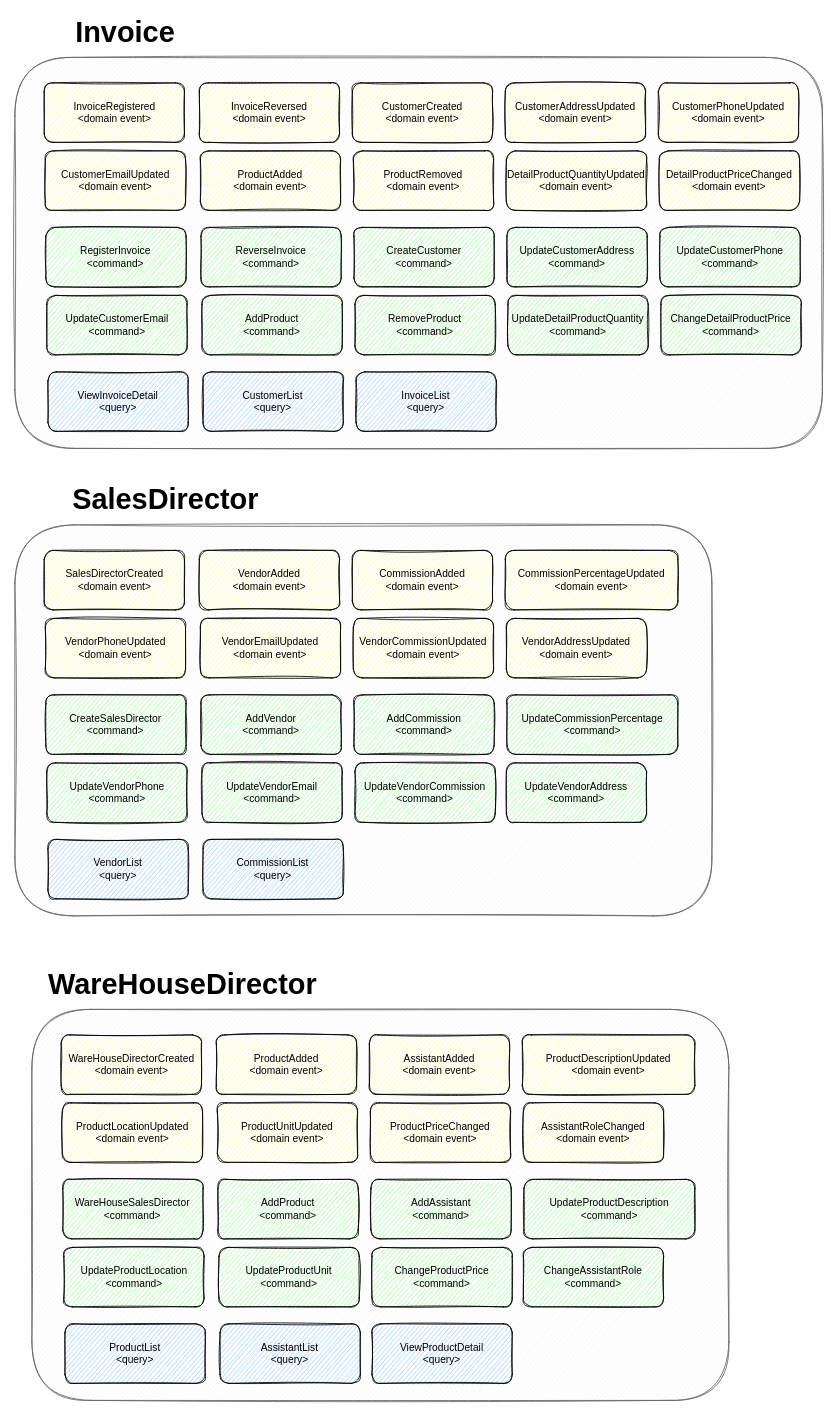
This is page "Domain Events" (4 of 4) of Ordeagro DM.drawio from johnnycastro72/ordeagro, a draw.io file, before an edit. Source tidied: cells renumbered, new cells numbered last; positions are measured from the earlier drawing's top-left corner, leaving out a move shared by most shapes. Both pictures are drawn from the tidied source at 85%, with x=0, y=0 at pixel (14, 14).
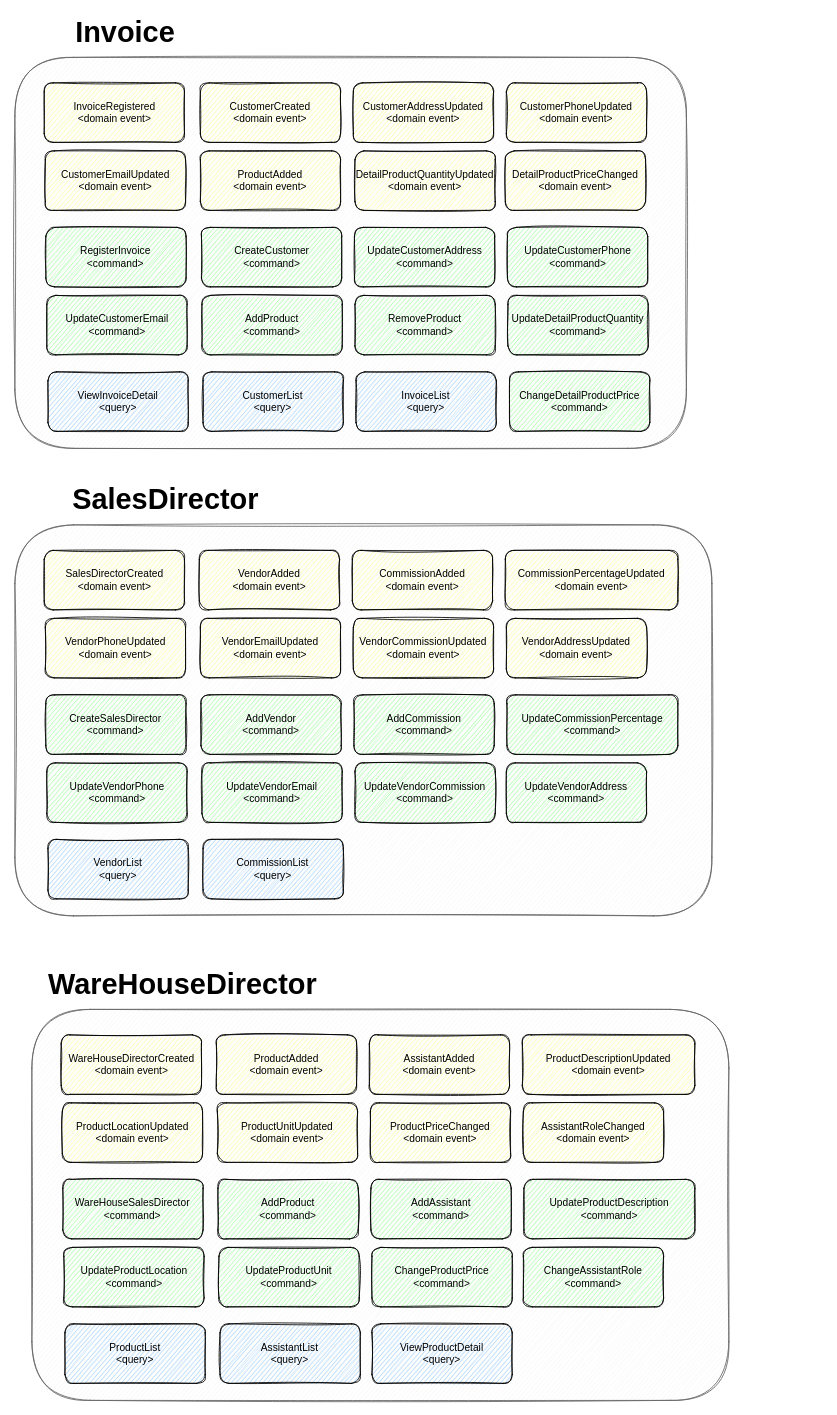
The same diagram, later.

Commit message (it also covers changes not shown here):
Invoice Aggregate

What changed in the source:
```diff
@@
     <mxCell id="2" style="rounded=1;whiteSpace=wrap;html=1;fillColor=#f5f5f5;fontColor=#333333;strokeColor=#666666;sketch=1;labelBorderColor=default;" parent="1" vertex="1">
-      <mxGeometry y="50" width="950" height="460" as="geometry" />
+      <mxGeometry y="50" width="790" height="460" as="geometry" />
     </mxCell>
@@
-    <mxCell id="5" value="&lt;span style=&quot;font-size: 12px; text-align: left; line-height: 0.7;&quot;&gt;&lt;span style=&quot;&quot;&gt;InvoiceReversed&lt;br&gt;&lt;/span&gt;&amp;lt;domain event&amp;gt;&lt;br style=&quot;font-size: 12px;&quot;&gt;&lt;/span&gt;" style="rounded=1;whiteSpace=wrap;html=1;sketch=1;fontSize=12;fillColor=#FFFF99;" parent="1" vertex="1">
-      <mxGeometry x="217" y="80" width="165" height="70" as="geometry" />
-    </mxCell>
     <mxCell id="6" value="&lt;span style=&quot;font-size: 12px; text-align: left; line-height: 0.7;&quot;&gt;&lt;span style=&quot;&quot;&gt;CustomerCreated&lt;/span&gt;&lt;span style=&quot;&quot;&gt;&lt;br&gt;&lt;/span&gt;&amp;lt;domain event&amp;gt;&lt;br style=&quot;font-size: 12px;&quot;&gt;&lt;/span&gt;" style="rounded=1;whiteSpace=wrap;html=1;sketch=1;fontSize=12;fillColor=#FFFF99;" parent="1" vertex="1">
-      <mxGeometry x="397" y="80" width="165" height="70" as="geometry" />
+      <mxGeometry x="218.2" y="80" width="165" height="70" as="geometry" />
     </mxCell>
     <mxCell id="7" value="&lt;span style=&quot;font-size: 12px; text-align: left; line-height: 0.7;&quot;&gt;&lt;span style=&quot;&quot;&gt;CustomerAddressUpdated&lt;/span&gt;&lt;span style=&quot;&quot;&gt;&lt;br&gt;&lt;/span&gt;&amp;lt;domain event&amp;gt;&lt;br style=&quot;font-size: 12px;&quot;&gt;&lt;/span&gt;" style="rounded=1;whiteSpace=wrap;html=1;sketch=1;fontSize=12;fillColor=#FFFF99;" parent="1" vertex="1">
-      <mxGeometry x="577" y="80" width="165" height="70" as="geometry" />
+      <mxGeometry x="398.2" y="80" width="165" height="70" as="geometry" />
     </mxCell>
     <mxCell id="8" value="&lt;span style=&quot;font-size: 12px; text-align: left; line-height: 0.7;&quot;&gt;&lt;span style=&quot;&quot;&gt;CustomerPhoneUpdated&lt;/span&gt;&lt;span style=&quot;&quot;&gt;&lt;br&gt;&lt;/span&gt;&amp;lt;domain event&amp;gt;&lt;br style=&quot;font-size: 12px;&quot;&gt;&lt;/span&gt;" style="rounded=1;whiteSpace=wrap;html=1;sketch=1;fontSize=12;fillColor=#FFFF99;" parent="1" vertex="1">
-      <mxGeometry x="757" y="80" width="165" height="70" as="geometry" />
+      <mxGeometry x="578.2" y="80" width="165" height="70" as="geometry" />
     </mxCell>
@@
-    <mxCell id="11" value="&lt;span style=&quot;font-size: 12px; text-align: left; line-height: 0.7;&quot;&gt;&lt;span style=&quot;&quot;&gt;ProductRemoved&lt;/span&gt;&lt;span style=&quot;&quot;&gt;&lt;br&gt;&lt;/span&gt;&amp;lt;domain event&amp;gt;&lt;br style=&quot;font-size: 12px;&quot;&gt;&lt;/span&gt;" style="rounded=1;whiteSpace=wrap;html=1;sketch=1;fontSize=12;fillColor=#FFFF99;" parent="1" vertex="1">
-      <mxGeometry x="398.2" y="160" width="165" height="70" as="geometry" />
-    </mxCell>
     <mxCell id="12" value="&lt;span style=&quot;font-size: 12px; text-align: left; line-height: 0.7;&quot;&gt;&lt;span style=&quot;&quot;&gt;DetailProductQuantityUpdated&lt;/span&gt;&lt;span style=&quot;&quot;&gt;&lt;br&gt;&lt;/span&gt;&amp;lt;domain event&amp;gt;&lt;br style=&quot;font-size: 12px;&quot;&gt;&lt;/span&gt;" style="rounded=1;whiteSpace=wrap;html=1;sketch=1;fontSize=12;fillColor=#FFFF99;" parent="1" vertex="1">
-      <mxGeometry x="578.2" y="160" width="165" height="70" as="geometry" />
+      <mxGeometry x="400.1" y="160" width="165" height="70" as="geometry" />
     </mxCell>
     <mxCell id="13" value="&lt;span style=&quot;font-size: 12px; text-align: left; line-height: 0.7;&quot;&gt;&lt;span style=&quot;&quot;&gt;DetailProductPriceChanged&lt;/span&gt;&lt;span style=&quot;&quot;&gt;&lt;br&gt;&lt;/span&gt;&amp;lt;domain event&amp;gt;&lt;br style=&quot;font-size: 12px;&quot;&gt;&lt;/span&gt;" style="rounded=1;whiteSpace=wrap;html=1;sketch=1;fontSize=12;fillColor=#FFFF99;" parent="1" vertex="1">
-      <mxGeometry x="758.2" y="160" width="165" height="70" as="geometry" />
+      <mxGeometry x="577" y="160" width="165" height="70" as="geometry" />
     </mxCell>
@@
-    <mxCell id="15" value="&lt;span style=&quot;font-size: 12px; text-align: left; line-height: 0.7;&quot;&gt;Reverse&lt;span style=&quot;&quot;&gt;Invoice&lt;br&gt;&lt;/span&gt;&amp;lt;command&amp;gt;&lt;br style=&quot;font-size: 12px;&quot;&gt;&lt;/span&gt;" style="rounded=1;whiteSpace=wrap;html=1;sketch=1;fontSize=12;fillColor=#99FF99;" parent="1" vertex="1">
-      <mxGeometry x="218.9" y="250" width="165" height="70" as="geometry" />
-    </mxCell>
     <mxCell id="16" value="&lt;span style=&quot;font-size: 12px; text-align: left; line-height: 0.7;&quot;&gt;Create&lt;span style=&quot;&quot;&gt;Customer&lt;/span&gt;&lt;span style=&quot;&quot;&gt;&lt;br&gt;&lt;/span&gt;&amp;lt;command&amp;gt;&lt;br style=&quot;font-size: 12px;&quot;&gt;&lt;/span&gt;" style="rounded=1;whiteSpace=wrap;html=1;sketch=1;fontSize=12;fillColor=#99FF99;" parent="1" vertex="1">
-      <mxGeometry x="398.9" y="250" width="165" height="70" as="geometry" />
+      <mxGeometry x="219.5" y="250" width="165" height="70" as="geometry" />
     </mxCell>
     <mxCell id="17" value="&lt;span style=&quot;font-size: 12px; text-align: left; line-height: 0.7;&quot;&gt;Update&lt;span style=&quot;&quot;&gt;CustomerAddress&lt;/span&gt;&lt;span style=&quot;&quot;&gt;&lt;br&gt;&lt;/span&gt;&amp;lt;command&amp;gt;&lt;br style=&quot;font-size: 12px;&quot;&gt;&lt;/span&gt;" style="rounded=1;whiteSpace=wrap;html=1;sketch=1;fontSize=12;fillColor=#99FF99;" parent="1" vertex="1">
-      <mxGeometry x="578.9" y="250" width="165" height="70" as="geometry" />
+      <mxGeometry x="399.5" y="250" width="165" height="70" as="geometry" />
     </mxCell>
     <mxCell id="18" value="&lt;span style=&quot;font-size: 12px; text-align: left; line-height: 0.7;&quot;&gt;Update&lt;span style=&quot;&quot;&gt;CustomerPhone&lt;/span&gt;&lt;span style=&quot;&quot;&gt;&lt;br&gt;&lt;/span&gt;&amp;lt;command&amp;gt;&lt;br style=&quot;font-size: 12px;&quot;&gt;&lt;/span&gt;" style="rounded=1;whiteSpace=wrap;html=1;sketch=1;fontSize=12;fillColor=#99FF99;" parent="1" vertex="1">
-      <mxGeometry x="758.9" y="250" width="165" height="70" as="geometry" />
+      <mxGeometry x="579.5" y="250" width="165" height="70" as="geometry" />
     </mxCell>
@@
     <mxCell id="23" value="&lt;span style=&quot;font-size: 12px; text-align: left; line-height: 0.7;&quot;&gt;Change&lt;span style=&quot;&quot;&gt;DetailProductPrice&lt;/span&gt;&lt;span style=&quot;&quot;&gt;&lt;br&gt;&lt;/span&gt;&amp;lt;command&amp;gt;&lt;br style=&quot;font-size: 12px;&quot;&gt;&lt;/span&gt;" style="rounded=1;whiteSpace=wrap;html=1;sketch=1;fontSize=12;fillColor=#99FF99;" parent="1" vertex="1">
-      <mxGeometry x="760.1" y="330" width="165" height="70" as="geometry" />
+      <mxGeometry x="582" y="420" width="165" height="70" as="geometry" />
     </mxCell>
```
